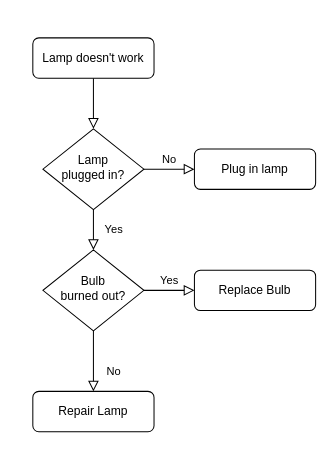
Earlier version of the draw.io diagram Untitled Diagram.drawio (sumitevs/test-repo). Source tidied: cells renumbered, new cells numbered last; positions are measured from the earlier drawing's top-left corner, leaving out a move shared by most shapes. Both pictures are drawn from the tidied source at 101%, with x=0, y=0 at pixel (32, 37).
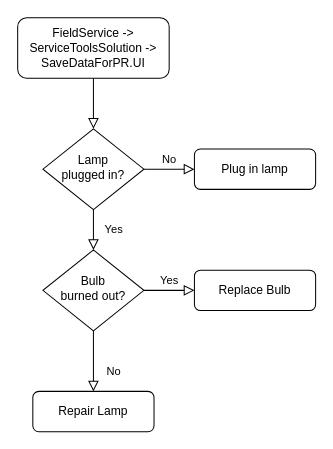
After the change.

Diff of the diagram source:
```diff
@@
 <mxGraphModel>
   <root>
     <mxCell id="0" />
     <mxCell id="1" parent="0" />
     <mxCell id="2" style="rounded=0;html=1;jettySize=auto;fontSize=11;endArrow=block;endFill=0;endSize=8;strokeWidth=1;shadow=0;labelBackgroundColor=none;edgeStyle=orthogonalEdgeStyle;" parent="1" edge="1" source="3" target="6">
       <mxGeometry relative="1" as="geometry" />
     </mxCell>
-    <mxCell id="3" value="Lamp doesn't work" style="rounded=1;whiteSpace=wrap;html=1;fontSize=12;glass=0;strokeWidth=1;shadow=0;" parent="1" vertex="1">
-      <mxGeometry width="120" height="40" as="geometry" />
+    <mxCell id="3" value="FieldService -&amp;gt; ServiceToolsSolution -&amp;gt; SaveDataForPR.UI" style="rounded=1;whiteSpace=wrap;html=1;fontSize=12;glass=0;strokeWidth=1;shadow=0;" parent="1" vertex="1">
+      <mxGeometry x="-15" y="-20" width="150" height="60" as="geometry" />
     </mxCell>
     <mxCell id="4" value="Yes" style="rounded=0;html=1;jettySize=auto;fontSize=11;endArrow=block;endFill=0;endSize=8;strokeWidth=1;shadow=0;labelBackgroundColor=none;edgeStyle=orthogonalEdgeStyle;" parent="1" edge="1" source="6" target="10">
       <mxGeometry y="20" relative="1" as="geometry" />
     </mxCell>
     <mxCell id="5" value="No" style="edgeStyle=orthogonalEdgeStyle;rounded=0;html=1;jettySize=auto;fontSize=11;endArrow=block;endFill=0;endSize=8;strokeWidth=1;shadow=0;labelBackgroundColor=none;" parent="1" edge="1" source="6" target="7">
       <mxGeometry y="10" relative="1" as="geometry" />
     </mxCell>
     <mxCell id="6" value="Lamp&lt;br&gt;plugged in?" style="rhombus;whiteSpace=wrap;html=1;shadow=0;fontFamily=Helvetica;fontSize=12;align=center;strokeWidth=1;spacing=6;spacingTop=-4;" parent="1" vertex="1">
       <mxGeometry x="10" y="90" width="100" height="80" as="geometry" />
     </mxCell>
     <mxCell id="7" value="Plug in lamp" style="rounded=1;whiteSpace=wrap;html=1;fontSize=12;glass=0;strokeWidth=1;shadow=0;" parent="1" vertex="1">
       <mxGeometry x="160" y="110" width="120" height="40" as="geometry" />
     </mxCell>
     <mxCell id="8" value="No" style="rounded=0;html=1;jettySize=auto;fontSize=11;endArrow=block;endFill=0;endSize=8;strokeWidth=1;shadow=0;labelBackgroundColor=none;edgeStyle=orthogonalEdgeStyle;" parent="1" edge="1" source="10" target="11">
       <mxGeometry x="0.33" y="20" relative="1" as="geometry" />
     </mxCell>
     <mxCell id="9" value="Yes" style="edgeStyle=orthogonalEdgeStyle;rounded=0;html=1;jettySize=auto;fontSize=11;endArrow=block;endFill=0;endSize=8;strokeWidth=1;shadow=0;labelBackgroundColor=none;" parent="1" edge="1" source="10" target="12">
       <mxGeometry y="10" relative="1" as="geometry" />
     </mxCell>
     <mxCell id="10" value="Bulb&lt;br&gt;burned out?" style="rhombus;whiteSpace=wrap;html=1;shadow=0;fontFamily=Helvetica;fontSize=12;align=center;strokeWidth=1;spacing=6;spacingTop=-4;" parent="1" vertex="1">
       <mxGeometry x="10" y="210" width="100" height="80" as="geometry" />
     </mxCell>
     <mxCell id="11" value="Repair Lamp" style="rounded=1;whiteSpace=wrap;html=1;fontSize=12;glass=0;strokeWidth=1;shadow=0;" parent="1" vertex="1">
       <mxGeometry y="350" width="120" height="40" as="geometry" />
     </mxCell>
     <mxCell id="12" value="Replace Bulb" style="rounded=1;whiteSpace=wrap;html=1;fontSize=12;glass=0;strokeWidth=1;shadow=0;" parent="1" vertex="1">
       <mxGeometry x="160" y="230" width="120" height="40" as="geometry" />
     </mxCell>
   </root>
 </mxGraphModel>
```
